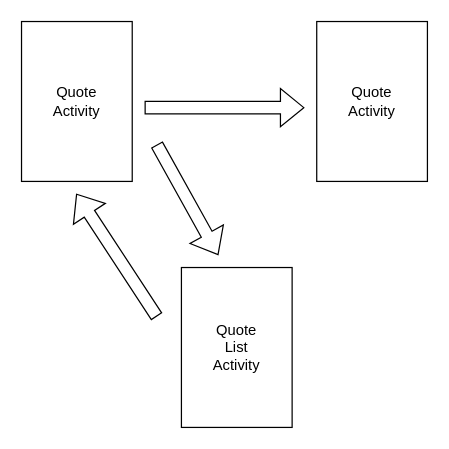
isel-leic-pdm/2223I-LEIC52D-LEIRT51D keeps this draw.io diagram as page "Page-1" (1 of 3) of docs/QuoteOfDay.drawio. Above is the earlier version. Source tidied: cells renumbered, new cells numbered last; positions are measured from the earlier drawing's top-left corner, leaving out a move shared by most shapes. Both pictures are drawn from the tidied source at 123%, with x=0, y=0 at pixel (21, 21).
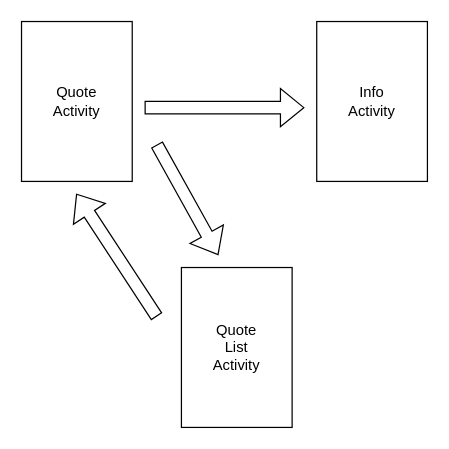
Above is the later version.

The edit, as a diff of the source:
```diff
@@
 <mxGraphModel>
   <root>
     <mxCell id="0" />
     <mxCell id="1" parent="0" />
     <mxCell id="2" value="Quote&lt;br&gt;Activity" style="rounded=0;whiteSpace=wrap;html=1;" parent="1" vertex="1">
       <mxGeometry width="90" height="130" as="geometry" />
     </mxCell>
-    <mxCell id="3" value="Quote&lt;br&gt;Activity" style="rounded=0;whiteSpace=wrap;html=1;" parent="1" vertex="1">
+    <mxCell id="3" value="Info&lt;br&gt;Activity" style="rounded=0;whiteSpace=wrap;html=1;" parent="1" vertex="1">
       <mxGeometry x="240" width="90" height="130" as="geometry" />
     </mxCell>
     <mxCell id="4" style="shape=flexArrow;endArrow=classic;html=1;rounded=0;" parent="1" edge="1">
       <mxGeometry relative="1" as="geometry">
         <mxPoint x="100" y="70" as="sourcePoint" />
         <mxPoint x="230" y="70" as="targetPoint" />
       </mxGeometry>
     </mxCell>
     <mxCell id="5" value="Quote&lt;br&gt;List&lt;br&gt;Activity" style="rounded=0;whiteSpace=wrap;html=1;" parent="1" vertex="1">
       <mxGeometry x="130" y="200" width="90" height="130" as="geometry" />
     </mxCell>
     <mxCell id="6" style="shape=flexArrow;endArrow=classic;html=1;rounded=0;" parent="1" edge="1">
       <mxGeometry relative="1" as="geometry">
         <mxPoint x="110" y="100" as="sourcePoint" />
         <mxPoint x="160" y="190" as="targetPoint" />
       </mxGeometry>
     </mxCell>
     <mxCell id="7" style="shape=flexArrow;endArrow=classic;html=1;rounded=0;" parent="1" edge="1">
       <mxGeometry relative="1" as="geometry">
         <mxPoint x="110" y="240" as="sourcePoint" />
         <mxPoint x="44.5" y="140" as="targetPoint" />
       </mxGeometry>
     </mxCell>
   </root>
 </mxGraphModel>
```
